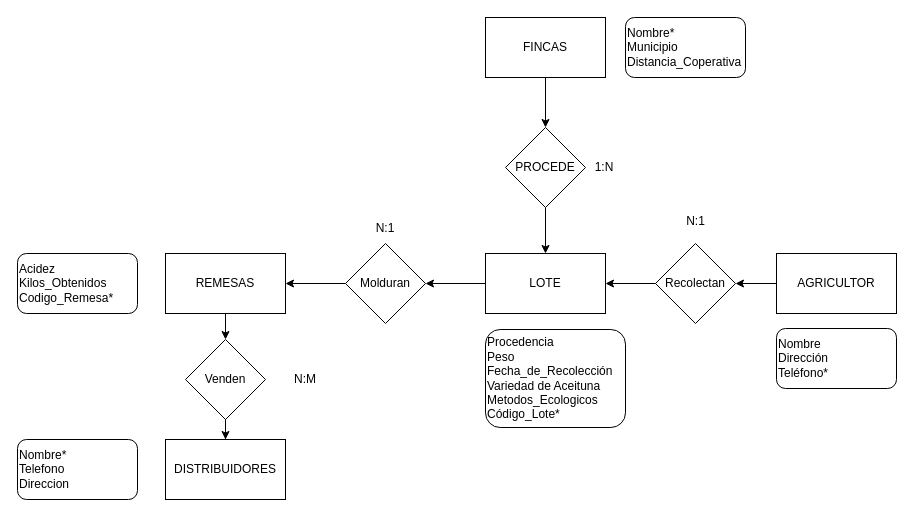
Earlier version of the draw.io diagram Ejercicio2 Presentacion.drawio (antonionavarro04/diagramas). Source tidied: cells renumbered, new cells numbered last; positions are measured from the earlier drawing's top-left corner, leaving out a move shared by most shapes. Both pictures are drawn from the tidied source at 100%, with x=0, y=0 at pixel (17, 17).
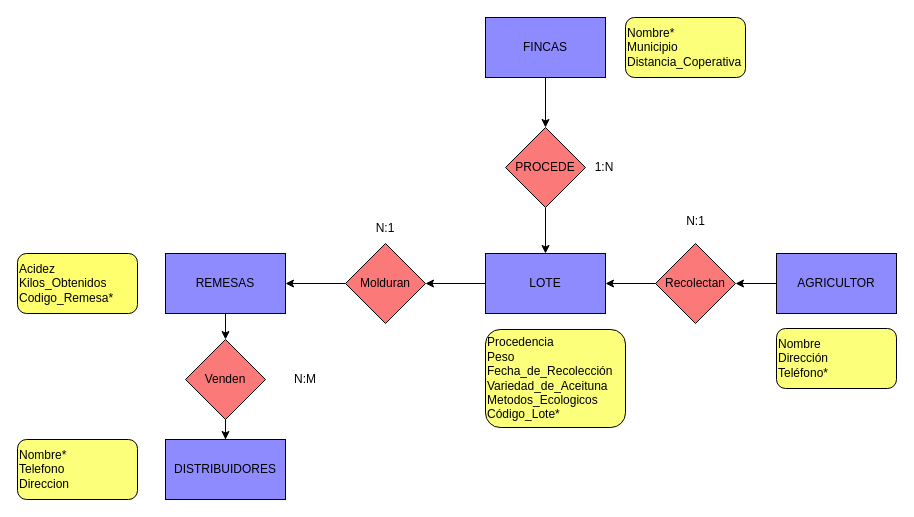
After the change.

What changed in the source:
```diff
@@
-    <mxCell id="3" value="AGRICULTOR" style="rounded=0;whiteSpace=wrap;html=1;" parent="1" vertex="1">
+    <mxCell id="3" value="AGRICULTOR" style="rounded=0;whiteSpace=wrap;html=1;fillColor=#8E8AFF;" parent="1" vertex="1">
       <mxGeometry x="759" y="236" width="120" height="60" as="geometry" />
     </mxCell>
@@
-    <mxCell id="5" value="LOTE" style="rounded=0;whiteSpace=wrap;html=1;" parent="1" vertex="1">
+    <mxCell id="5" value="LOTE" style="rounded=0;whiteSpace=wrap;html=1;fillColor=#8E8AFF;" parent="1" vertex="1">
       <mxGeometry x="468" y="236" width="120" height="60" as="geometry" />
     </mxCell>
@@
-    <mxCell id="8" value="FINCAS" style="rounded=0;whiteSpace=wrap;html=1;" parent="1" vertex="1">
+    <mxCell id="8" value="FINCAS" style="rounded=0;whiteSpace=wrap;html=1;fillColor=#8E8AFF;" parent="1" vertex="1">
       <mxGeometry x="468" width="120" height="60" as="geometry" />
     </mxCell>
@@
-    <mxCell id="10" value="PROCEDE" style="rhombus;whiteSpace=wrap;html=1;" parent="1" vertex="1">
+    <mxCell id="10" value="PROCEDE" style="rhombus;whiteSpace=wrap;html=1;fillColor=#FC7979;" parent="1" vertex="1">
       <mxGeometry x="488" y="110" width="80" height="80" as="geometry" />
     </mxCell>
@@
-    <mxCell id="12" value="Recolectan" style="rhombus;whiteSpace=wrap;html=1;" parent="1" vertex="1">
+    <mxCell id="12" value="Recolectan" style="rhombus;whiteSpace=wrap;html=1;fillColor=#FC7979;" parent="1" vertex="1">
       <mxGeometry x="638" y="226" width="80" height="80" as="geometry" />
     </mxCell>
@@
-    <mxCell id="14" value="REMESAS" style="rounded=0;whiteSpace=wrap;html=1;" parent="1" vertex="1">
+    <mxCell id="14" value="REMESAS" style="rounded=0;whiteSpace=wrap;html=1;fillColor=#8E8AFF;" parent="1" vertex="1">
       <mxGeometry x="148" y="236" width="120" height="60" as="geometry" />
     </mxCell>
@@
-    <mxCell id="16" value="Molduran" style="rhombus;whiteSpace=wrap;html=1;" parent="1" vertex="1">
+    <mxCell id="16" value="Molduran" style="rhombus;whiteSpace=wrap;html=1;fillColor=#FC7979;" parent="1" vertex="1">
       <mxGeometry x="328" y="226" width="80" height="80" as="geometry" />
     </mxCell>
@@
-    <mxCell id="18" value="Venden" style="rhombus;whiteSpace=wrap;html=1;" parent="1" vertex="1">
+    <mxCell id="18" value="Venden" style="rhombus;whiteSpace=wrap;html=1;fillColor=#FC7979;" parent="1" vertex="1">
       <mxGeometry x="168" y="322" width="80" height="80" as="geometry" />
     </mxCell>
-    <mxCell id="19" value="DISTRIBUIDORES" style="rounded=0;whiteSpace=wrap;html=1;" parent="1" vertex="1">
+    <mxCell id="19" value="DISTRIBUIDORES" style="rounded=0;whiteSpace=wrap;html=1;fillColor=#8E8AFF;" parent="1" vertex="1">
       <mxGeometry x="148" y="422" width="120" height="60" as="geometry" />
     </mxCell>
@@
-    <mxCell id="23" value="&lt;span style=&quot;&quot;&gt;Procedencia&lt;/span&gt;&lt;br style=&quot;&quot;&gt;&lt;span style=&quot;&quot;&gt;Peso&lt;/span&gt;&lt;br style=&quot;&quot;&gt;&lt;span style=&quot;&quot;&gt;Fecha_de_Recolección&lt;br&gt;Variedad de Aceituna&lt;br&gt;Metodos_Ecologicos&lt;br&gt;Código_Lote*&lt;br&gt;&lt;/span&gt;" style="rounded=1;whiteSpace=wrap;html=1;align=left;" parent="1" vertex="1">
+    <mxCell id="23" value="&lt;span style=&quot;&quot;&gt;Procedencia&lt;/span&gt;&lt;br style=&quot;&quot;&gt;&lt;span style=&quot;&quot;&gt;Peso&lt;/span&gt;&lt;br style=&quot;&quot;&gt;&lt;span style=&quot;&quot;&gt;Fecha_de_Recolección&lt;br&gt;Variedad_de_Aceituna&lt;br&gt;Metodos_Ecologicos&lt;br&gt;Código_Lote*&lt;br&gt;&lt;/span&gt;" style="rounded=1;whiteSpace=wrap;html=1;align=left;fillColor=#FBFF7A;" parent="1" vertex="1">
       <mxGeometry x="468" y="312" width="140" height="98" as="geometry" />
     </mxCell>
-    <mxCell id="24" value="Nombre&lt;br&gt;Dirección&lt;br&gt;Teléfono*" style="rounded=1;whiteSpace=wrap;html=1;align=left;" parent="1" vertex="1">
+    <mxCell id="24" value="Nombre&lt;br&gt;Dirección&lt;br&gt;Teléfono*" style="rounded=1;whiteSpace=wrap;html=1;align=left;fillColor=#FBFF7A;" parent="1" vertex="1">
       <mxGeometry x="759" y="311" width="120" height="60" as="geometry" />
     </mxCell>
-    <mxCell id="25" value="Nombre*&lt;br&gt;Municipio&lt;br&gt;Distancia_Coperativa" style="rounded=1;whiteSpace=wrap;html=1;align=left;" parent="1" vertex="1">
+    <mxCell id="25" value="Nombre*&lt;br&gt;Municipio&lt;br&gt;Distancia_Coperativa" style="rounded=1;whiteSpace=wrap;html=1;align=left;fillColor=#FBFF7A;" parent="1" vertex="1">
       <mxGeometry x="608" width="120" height="60" as="geometry" />
     </mxCell>
-    <mxCell id="26" value="Acidez&lt;br&gt;Kilos_Obtenidos&lt;br&gt;Codigo_Remesa*" style="rounded=1;whiteSpace=wrap;html=1;align=left;" parent="1" vertex="1">
+    <mxCell id="26" value="Acidez&lt;br&gt;Kilos_Obtenidos&lt;br&gt;Codigo_Remesa*" style="rounded=1;whiteSpace=wrap;html=1;align=left;fillColor=#FFFF6E;" parent="1" vertex="1">
       <mxGeometry y="236" width="120" height="60" as="geometry" />
     </mxCell>
-    <mxCell id="27" value="&lt;div style=&quot;&quot;&gt;&lt;span style=&quot;background-color: initial;&quot;&gt;Nombre*&lt;/span&gt;&lt;/div&gt;&lt;div style=&quot;&quot;&gt;&lt;span style=&quot;background-color: initial;&quot;&gt;Telefono&lt;/span&gt;&lt;/div&gt;&lt;div style=&quot;&quot;&gt;&lt;span style=&quot;background-color: initial;&quot;&gt;Direccion&lt;/span&gt;&lt;/div&gt;" style="rounded=1;whiteSpace=wrap;html=1;align=left;" parent="1" vertex="1">
+    <mxCell id="27" value="&lt;div style=&quot;&quot;&gt;&lt;span style=&quot;background-color: initial;&quot;&gt;Nombre*&lt;/span&gt;&lt;/div&gt;&lt;div style=&quot;&quot;&gt;&lt;span style=&quot;background-color: initial;&quot;&gt;Telefono&lt;/span&gt;&lt;/div&gt;&lt;div style=&quot;&quot;&gt;&lt;span style=&quot;background-color: initial;&quot;&gt;Direccion&lt;/span&gt;&lt;/div&gt;" style="rounded=1;whiteSpace=wrap;html=1;align=left;fillColor=#FBFF7A;" parent="1" vertex="1">
       <mxGeometry y="422" width="120" height="60" as="geometry" />
     </mxCell>
```
